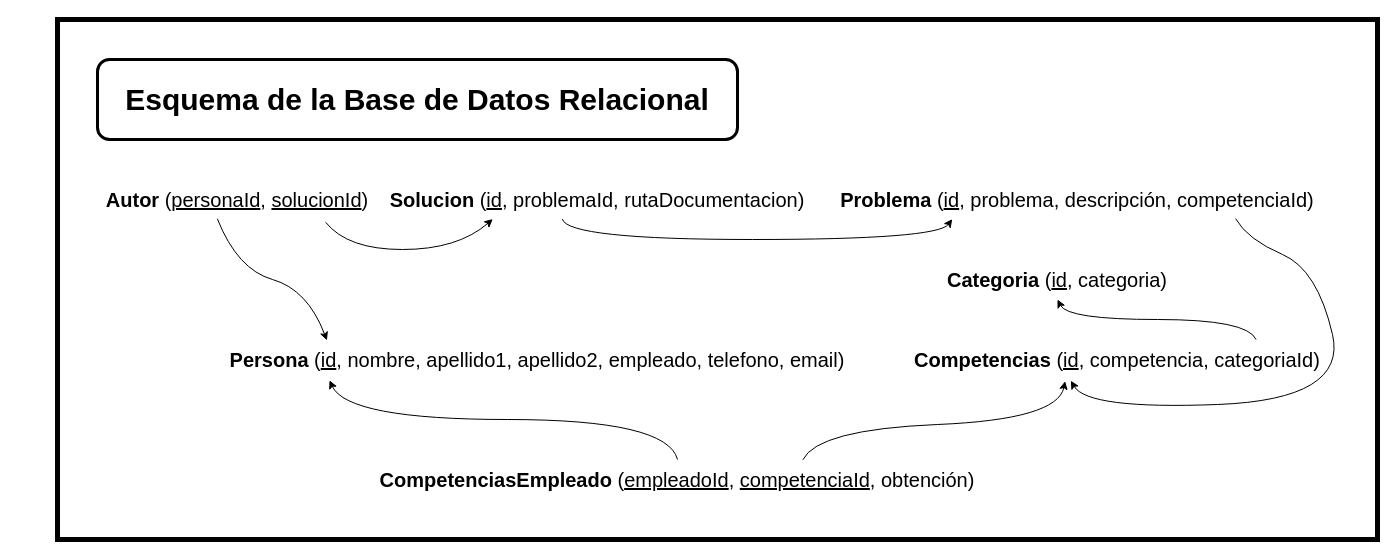
Earlier version of the draw.io diagram Documentación/EsquemaBDR.drawio (VictorJoelViejoAlvarez/HackUDC2025). Source tidied: cells renumbered, new cells numbered last; positions are measured from the earlier drawing's top-left corner, leaving out a move shared by most shapes. Both pictures are drawn from the tidied source at 100%, with x=0, y=0 at pixel (57, 19).
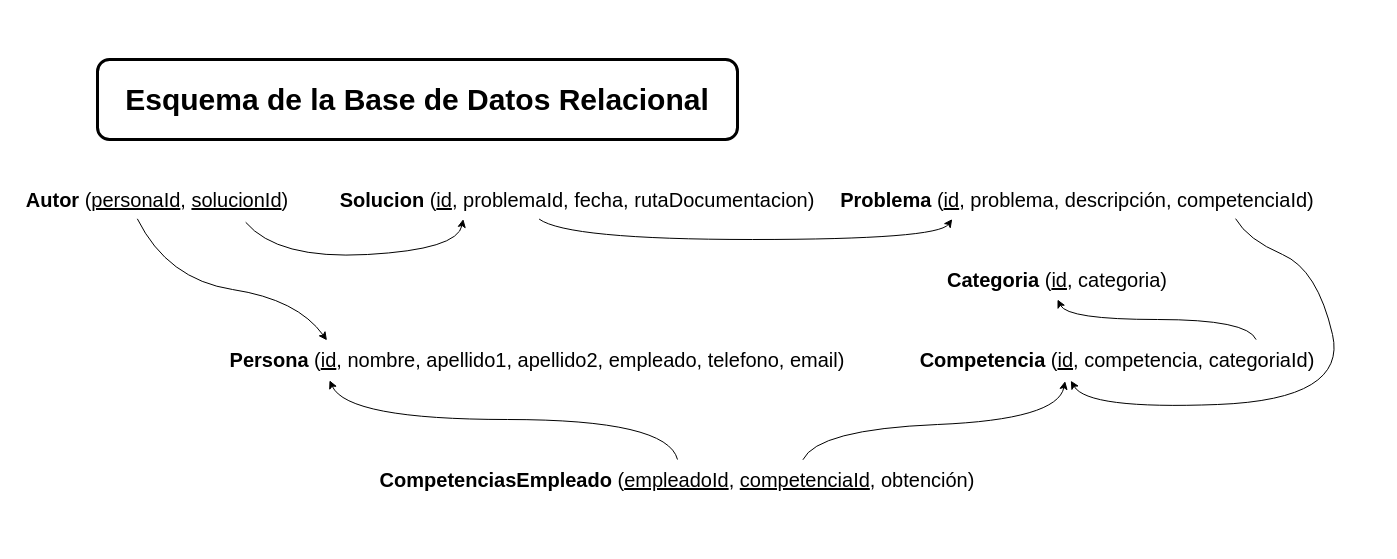
The same page after the edit.

Unchanged cells that the change refers to:
```xml
<mxCell id="2" value="&lt;b&gt;Persona&lt;/b&gt;&amp;nbsp;(&lt;u&gt;id&lt;/u&gt;, nombre, apellido1, apellido2, empleado, telefono, email)" style="text;html=1;align=center;verticalAlign=middle;whiteSpace=wrap;rounded=0;fontSize=20;" parent="1" vertex="1">
  <mxGeometry x="160" y="320" width="640" height="40" as="geometry" />
</mxCell>
```

What changed in the source:
```diff
@@
-    <mxCell id="4" value="&lt;b&gt;Competencias&lt;/b&gt; (&lt;u&gt;id&lt;/u&gt;, competencia, categoriaId)" style="text;html=1;align=center;verticalAlign=middle;whiteSpace=wrap;rounded=0;fontSize=20;" parent="1" vertex="1">
+    <mxCell id="4" value="&lt;b&gt;Competencia&lt;/b&gt;&amp;nbsp;(&lt;u&gt;id&lt;/u&gt;, competencia, categoriaId)" style="text;html=1;align=center;verticalAlign=middle;whiteSpace=wrap;rounded=0;fontSize=20;" parent="1" vertex="1">
       <mxGeometry x="840" y="320" width="440" height="40" as="geometry" />
     </mxCell>
@@
-    <mxCell id="10" value="&lt;b&gt;Solucion&lt;/b&gt;&amp;nbsp;(&lt;u&gt;id&lt;/u&gt;, problemaId, rutaDocumentacion)" style="text;html=1;align=center;verticalAlign=middle;whiteSpace=wrap;rounded=0;fontSize=20;" parent="1" vertex="1">
-      <mxGeometry x="320" y="160" width="440" height="40" as="geometry" />
+    <mxCell id="10" value="&lt;b&gt;Solucion&lt;/b&gt;&amp;nbsp;(&lt;u&gt;id&lt;/u&gt;, problemaId, fecha, rutaDocumentacion)" style="text;html=1;align=center;verticalAlign=middle;whiteSpace=wrap;rounded=0;fontSize=20;" parent="1" vertex="1">
+      <mxGeometry x="280" y="160" width="480" height="40" as="geometry" />
     </mxCell>
@@
     <mxCell id="14" value="&lt;b&gt;Autor&lt;/b&gt;&amp;nbsp;(&lt;u&gt;personaId&lt;/u&gt;, &lt;u&gt;solucionId&lt;/u&gt;)" style="text;html=1;align=center;verticalAlign=middle;whiteSpace=wrap;rounded=0;fontSize=20;" parent="1" vertex="1">
-      <mxGeometry x="40" y="160" width="280" height="40" as="geometry" />
+      <mxGeometry x="-40" y="160" width="280" height="40" as="geometry" />
     </mxCell>
     <mxCell id="15" style="curved=1;endArrow=classic;html=1;rounded=0;entryX=0.171;entryY=0.021;entryDx=0;entryDy=0;entryPerimeter=0;exitX=0.428;exitY=0.983;exitDx=0;exitDy=0;exitPerimeter=0;" parent="1" edge="1" source="14" target="2">
       <mxGeometry relative="1" as="geometry">
         <Array as="points">
-          <mxPoint x="180" y="250" />
-          <mxPoint x="250" y="270" />
+          <mxPoint x="110" y="260" />
+          <mxPoint x="240" y="280" />
         </Array>
       </mxGeometry>
     </mxCell>
     <mxCell id="16" style="curved=1;endArrow=classic;html=1;rounded=0;entryX=0.262;entryY=0.99;entryDx=0;entryDy=0;entryPerimeter=0;exitX=0.815;exitY=1.07;exitDx=0;exitDy=0;exitPerimeter=0;" parent="1" edge="1" source="14" target="10">
       <mxGeometry relative="1" as="geometry">
         <Array as="points">
-          <mxPoint x="290" y="230" />
+          <mxPoint x="220" y="240" />
           <mxPoint x="400" y="230" />
         </Array>
       </mxGeometry>
     </mxCell>
-    <mxCell id="17" style="rounded=0;whiteSpace=wrap;html=1;fillColor=none;strokeWidth=5;" parent="1" vertex="1">
-      <mxGeometry width="1320" height="520" as="geometry" />
-    </mxCell>
```
